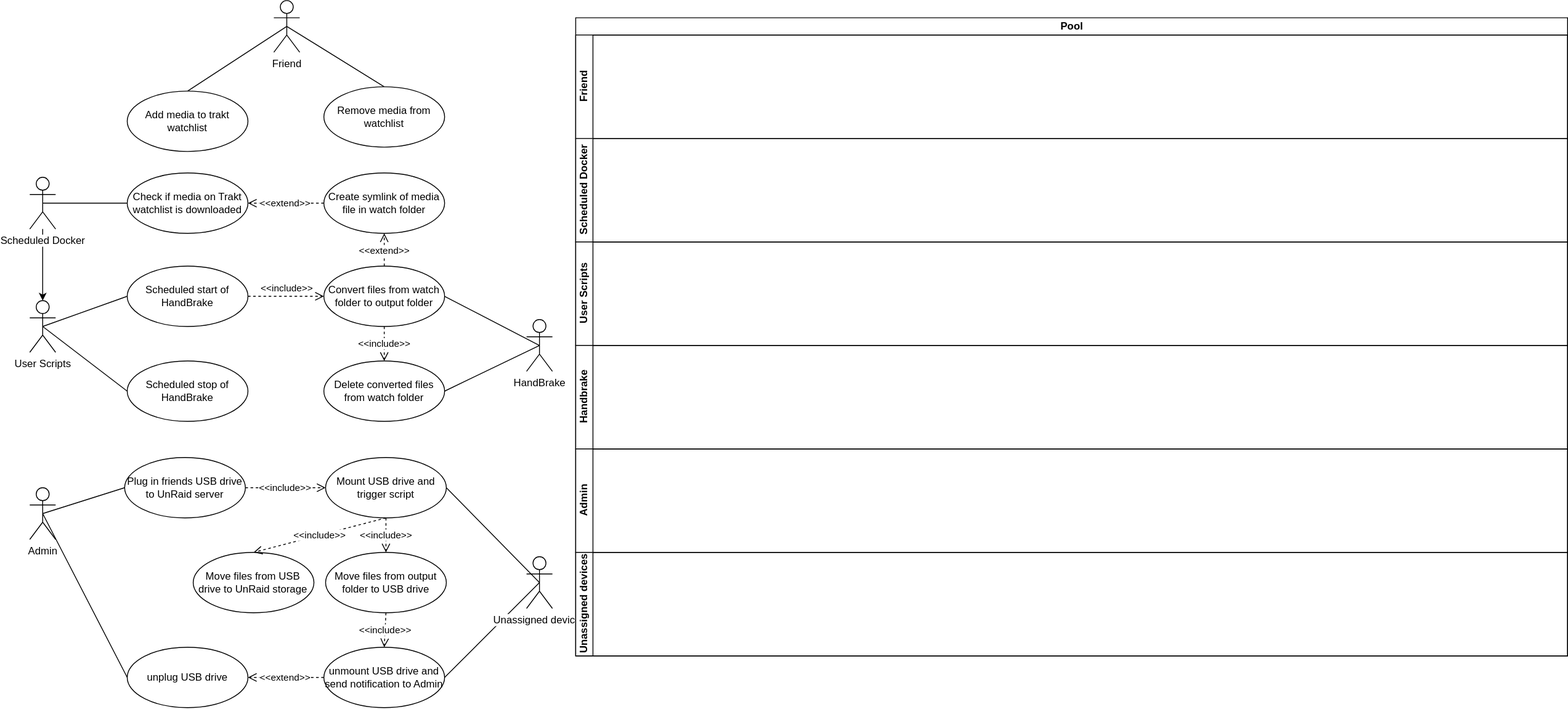
Before: diagrams/Auto-convert-and-distribute flow chart.drawio.svg, a diagram exported from draw.io (jorgenjanssonlee/Auto-convert-and-distribute-media-files). Source tidied: cells renumbered, new cells last; positions are measured from the earlier drawing's top-left corner, leaving out a move shared by most shapes.
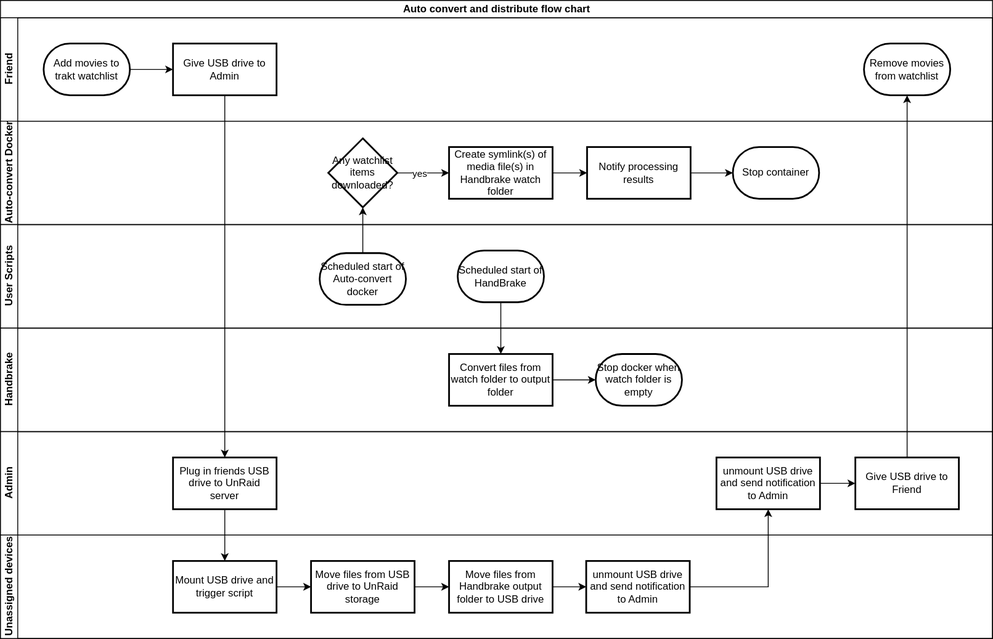
Later version of the same file.

Diff of the diagram source:
```diff
@@ -2,149 +2,128 @@
   <root>
     <mxCell id="0" />
     <mxCell id="1" parent="0" />
-    <mxCell id="2" value="HandBrake" style="shape=umlActor;verticalLabelPosition=bottom;labelBackgroundColor=#ffffff;verticalAlign=top;html=1;" parent="1" vertex="1">
-      <mxGeometry x="576" y="370" width="30" height="60" as="geometry" />
-    </mxCell>
-    <mxCell id="3" style="rounded=0;html=1;exitX=0.5;exitY=0.5;exitPerimeter=0;entryX=0.5;entryY=0;jettySize=auto;endArrow=none;endFill=0;" parent="1" edge="1" source="5" target="6">
-      <mxGeometry relative="1" as="geometry" />
-    </mxCell>
-    <mxCell id="4" style="edgeStyle=none;rounded=0;html=1;exitX=0.5;exitY=0.5;exitPerimeter=0;entryX=0.5;entryY=0;endArrow=none;endFill=0;jettySize=auto;" parent="1" edge="1" source="5" target="27">
-      <mxGeometry relative="1" as="geometry" />
-    </mxCell>
-    <mxCell id="5" value="Friend" style="shape=umlActor;verticalLabelPosition=bottom;labelBackgroundColor=#ffffff;verticalAlign=top;html=1;" parent="1" vertex="1">
-      <mxGeometry x="283" width="30" height="60" as="geometry" />
-    </mxCell>
-    <mxCell id="6" value="Add media to trakt watchlist" style="ellipse;whiteSpace=wrap;html=1;" parent="1" vertex="1">
-      <mxGeometry x="113" y="105" width="140" height="70" as="geometry" />
-    </mxCell>
-    <mxCell id="7" style="edgeStyle=none;rounded=0;html=1;exitX=0.5;exitY=0.5;exitPerimeter=0;entryX=0;entryY=0.5;endArrow=none;endFill=0;jettySize=auto;" parent="1" edge="1" source="8" target="23">
-      <mxGeometry relative="1" as="geometry" />
-    </mxCell>
-    <mxCell id="8" value="Admin" style="shape=umlActor;verticalLabelPosition=bottom;labelBackgroundColor=#ffffff;verticalAlign=top;html=1;" parent="1" vertex="1">
-      <mxGeometry y="565" width="30" height="60" as="geometry" />
-    </mxCell>
-    <mxCell id="9" value="Check if media on Trakt watchlist is downloaded" style="ellipse;whiteSpace=wrap;html=1;" parent="1" vertex="1">
-      <mxGeometry x="113" y="200" width="140" height="70" as="geometry" />
-    </mxCell>
-    <mxCell id="10" value="Create symlink of media file in watch folder" style="ellipse;whiteSpace=wrap;html=1;" parent="1" vertex="1">
-      <mxGeometry x="341" y="200" width="140" height="70" as="geometry" />
-    </mxCell>
-    <mxCell id="11" style="edgeStyle=none;rounded=0;html=1;exitX=0.5;exitY=0.5;exitPerimeter=0;entryX=0;entryY=0.5;endArrow=none;endFill=0;jettySize=auto;" parent="1" edge="1" source="12" target="13">
-      <mxGeometry relative="1" as="geometry" />
-    </mxCell>
-    <mxCell id="12" value="User Scripts" style="shape=umlActor;verticalLabelPosition=bottom;labelBackgroundColor=#ffffff;verticalAlign=top;html=1;" parent="1" vertex="1">
-      <mxGeometry y="348" width="30" height="60" as="geometry" />
-    </mxCell>
-    <mxCell id="13" value="Scheduled start of HandBrake" style="ellipse;whiteSpace=wrap;html=1;" parent="1" vertex="1">
-      <mxGeometry x="113" y="308" width="140" height="70" as="geometry" />
-    </mxCell>
-    <mxCell id="14" style="edgeStyle=none;rounded=0;html=1;exitX=1;exitY=0.5;entryX=0.5;entryY=0.5;entryPerimeter=0;endArrow=none;endFill=0;jettySize=auto;" parent="1" edge="1" source="15" target="2">
-      <mxGeometry relative="1" as="geometry" />
-    </mxCell>
-    <mxCell id="15" value="Convert files from watch folder to output folder" style="ellipse;whiteSpace=wrap;html=1;" parent="1" vertex="1">
-      <mxGeometry x="341" y="308" width="140" height="70" as="geometry" />
-    </mxCell>
-    <mxCell id="16" value="Delete converted files from watch folder" style="ellipse;whiteSpace=wrap;html=1;" parent="1" vertex="1">
-      <mxGeometry x="341" y="418" width="140" height="70" as="geometry" />
-    </mxCell>
-    <mxCell id="17" style="edgeStyle=none;rounded=0;html=1;exitX=1;exitY=0.5;entryX=0.5;entryY=0.5;entryPerimeter=0;endArrow=none;endFill=0;jettySize=auto;" parent="1" edge="1" source="16" target="2">
-      <mxGeometry relative="1" as="geometry" />
-    </mxCell>
-    <mxCell id="18" style="edgeStyle=none;rounded=0;html=1;exitX=0.5;exitY=0.5;exitPerimeter=0;entryX=1;entryY=0.5;endArrow=none;endFill=0;jettySize=auto;" parent="1" edge="1" source="20" target="32">
-      <mxGeometry relative="1" as="geometry" />
-    </mxCell>
-    <mxCell id="19" style="edgeStyle=none;rounded=0;html=1;exitX=0.5;exitY=0.5;exitPerimeter=0;entryX=1;entryY=0.5;startArrow=none;startFill=0;endArrow=none;endFill=0;jettySize=auto;strokeWidth=1;" parent="1" edge="1" source="20" target="35">
-      <mxGeometry relative="1" as="geometry" />
-    </mxCell>
-    <mxCell id="20" value="Unassigned devices" style="shape=umlActor;verticalLabelPosition=bottom;labelBackgroundColor=#ffffff;verticalAlign=top;html=1;" parent="1" vertex="1">
-      <mxGeometry x="576" y="645" width="30" height="60" as="geometry" />
-    </mxCell>
-    <mxCell id="21" style="edgeStyle=none;rounded=0;html=1;exitX=0;exitY=0.5;entryX=0.5;entryY=0.5;entryPerimeter=0;endArrow=none;endFill=0;jettySize=auto;" parent="1" edge="1" source="22" target="12">
-      <mxGeometry relative="1" as="geometry" />
-    </mxCell>
-    <mxCell id="22" value="Scheduled stop of HandBrake" style="ellipse;whiteSpace=wrap;html=1;" parent="1" vertex="1">
-      <mxGeometry x="113" y="418" width="140" height="70" as="geometry" />
-    </mxCell>
-    <mxCell id="23" value="Plug in friends USB drive to UnRaid server" style="ellipse;whiteSpace=wrap;html=1;" parent="1" vertex="1">
-      <mxGeometry x="110" y="530" width="140" height="70" as="geometry" />
-    </mxCell>
-    <mxCell id="24" value="Move files from output folder to USB drive" style="ellipse;whiteSpace=wrap;html=1;" parent="1" vertex="1">
-      <mxGeometry x="343" y="640" width="140" height="70" as="geometry" />
-    </mxCell>
-    <mxCell id="25" style="edgeStyle=none;rounded=0;html=1;exitX=0;exitY=0.5;endArrow=none;endFill=0;jettySize=auto;entryX=0.5;entryY=0.5;entryPerimeter=0;" parent="1" edge="1" source="26" target="8">
-      <mxGeometry relative="1" as="geometry" />
-    </mxCell>
-    <mxCell id="26" value="unplug USB drive" style="ellipse;whiteSpace=wrap;html=1;" parent="1" vertex="1">
-      <mxGeometry x="113" y="750" width="140" height="70" as="geometry" />
-    </mxCell>
-    <mxCell id="27" value="Remove media from watchlist" style="ellipse;whiteSpace=wrap;html=1;" parent="1" vertex="1">
-      <mxGeometry x="341" y="100" width="140" height="70" as="geometry" />
-    </mxCell>
-    <mxCell id="28" value="&amp;lt;&amp;lt;include&amp;gt;&amp;gt;" style="html=1;verticalAlign=bottom;endArrow=open;dashed=1;endSize=8;strokeWidth=1;exitX=1;exitY=0.5;entryX=0;entryY=0.5;" parent="1" edge="1" source="13" target="15">
-      <mxGeometry relative="1" as="geometry" />
-    </mxCell>
-    <mxCell id="29" value="&amp;lt;&amp;lt;extend&amp;gt;&amp;gt;" style="html=1;verticalAlign=middle;endArrow=open;dashed=1;endSize=8;strokeWidth=1;entryX=1;entryY=0.5;exitX=0;exitY=0.5;" parent="1" edge="1" source="10" target="9">
-      <mxGeometry relative="1" as="geometry" />
-    </mxCell>
-    <mxCell id="30" value="&amp;lt;&amp;lt;include&amp;gt;&amp;gt;" style="html=1;verticalAlign=middle;endArrow=open;dashed=1;endSize=8;strokeWidth=1;exitX=0.5;exitY=1;entryX=0.5;entryY=0;" parent="1" edge="1" source="15" target="16">
-      <mxGeometry relative="1" as="geometry" />
-    </mxCell>
-    <mxCell id="31" value="&amp;lt;&amp;lt;extend&amp;gt;&amp;gt;" style="html=1;verticalAlign=middle;endArrow=open;dashed=1;endSize=8;strokeWidth=1;entryX=0.5;entryY=1;exitX=0.5;exitY=0;" parent="1" edge="1" source="15" target="10">
-      <mxGeometry relative="1" as="geometry" />
-    </mxCell>
-    <mxCell id="32" value="Mount USB drive and trigger script" style="ellipse;whiteSpace=wrap;html=1;" parent="1" vertex="1">
-      <mxGeometry x="343" y="530" width="140" height="70" as="geometry" />
-    </mxCell>
-    <mxCell id="33" value="&amp;lt;&amp;lt;include&amp;gt;&amp;gt;" style="html=1;verticalAlign=middle;endArrow=open;dashed=1;endSize=8;strokeWidth=1;exitX=1;exitY=0.5;entryX=0;entryY=0.5;" parent="1" edge="1" source="23" target="32">
-      <mxGeometry relative="1" as="geometry" />
-    </mxCell>
-    <mxCell id="34" value="&amp;lt;&amp;lt;include&amp;gt;&amp;gt;" style="html=1;verticalAlign=middle;endArrow=open;dashed=1;endSize=8;strokeWidth=1;exitX=0.5;exitY=1;entryX=0.5;entryY=0;" parent="1" edge="1" source="32" target="24">
-      <mxGeometry relative="1" as="geometry" />
-    </mxCell>
-    <mxCell id="35" value="unmount USB drive and send notification to Admin" style="ellipse;whiteSpace=wrap;html=1;" parent="1" vertex="1">
-      <mxGeometry x="341" y="750" width="140" height="70" as="geometry" />
-    </mxCell>
-    <mxCell id="36" value="&amp;lt;&amp;lt;include&amp;gt;&amp;gt;" style="html=1;verticalAlign=middle;endArrow=open;dashed=1;endSize=8;strokeWidth=1;exitX=0.5;exitY=1;entryX=0.5;entryY=0;" parent="1" edge="1" source="24" target="35">
-      <mxGeometry relative="1" as="geometry" />
-    </mxCell>
-    <mxCell id="37" value="&amp;lt;&amp;lt;extend&amp;gt;&amp;gt;" style="html=1;verticalAlign=middle;endArrow=open;dashed=1;endSize=8;strokeWidth=1;exitX=0;exitY=0.5;entryX=1;entryY=0.5;" parent="1" edge="1" source="35" target="26">
-      <mxGeometry relative="1" as="geometry" />
-    </mxCell>
-    <mxCell id="38" style="edgeStyle=none;rounded=0;html=1;exitX=0.5;exitY=0.5;exitPerimeter=0;entryX=0;entryY=0.5;startArrow=none;startFill=0;endArrow=none;endFill=0;jettySize=auto;strokeWidth=1;" parent="1" edge="1" source="40" target="9">
-      <mxGeometry relative="1" as="geometry" />
-    </mxCell>
-    <mxCell id="39" style="edgeStyle=orthogonalEdgeStyle;rounded=0;jettySize=auto;html=1;" parent="1" edge="1" source="40" target="12">
-      <mxGeometry relative="1" as="geometry" />
-    </mxCell>
-    <mxCell id="40" value="Scheduled Docker" style="shape=umlActor;verticalLabelPosition=bottom;labelBackgroundColor=#ffffff;verticalAlign=top;html=1;" parent="1" vertex="1">
-      <mxGeometry y="205" width="30" height="60" as="geometry" />
-    </mxCell>
-    <mxCell id="41" value="Move files from USB drive to UnRaid storage" style="ellipse;whiteSpace=wrap;html=1;" parent="1" vertex="1">
-      <mxGeometry x="189.5" y="640" width="140" height="70" as="geometry" />
-    </mxCell>
-    <mxCell id="42" value="&amp;lt;&amp;lt;include&amp;gt;&amp;gt;" style="html=1;verticalAlign=middle;endArrow=open;dashed=1;endSize=8;strokeWidth=1;exitX=0.5;exitY=1;entryX=0.5;entryY=0;" parent="1" edge="1" source="32" target="41">
-      <mxGeometry relative="1" as="geometry" />
-    </mxCell>
-    <mxCell id="43" value="Pool" style="swimlane;horizontal=1;startSize=20;html=1;" parent="1" vertex="1">
+    <mxCell id="43" value="Auto convert and distribute flow chart" style="swimlane;horizontal=1;startSize=20;html=1;" parent="1" vertex="1">
       <mxGeometry x="633" y="20" width="1150" height="740" as="geometry" />
     </mxCell>
     <mxCell id="44" value="&lt;div&gt;Friend&lt;/div&gt;" style="swimlane;startSize=20;horizontal=0;html=1;" parent="43" vertex="1">
       <mxGeometry y="20" width="1150" height="120" as="geometry" />
     </mxCell>
+    <mxCell id="50" style="edgeStyle=orthogonalEdgeStyle;rounded=0;jettySize=auto;html=1;" parent="44" edge="1" source="51" target="52">
+      <mxGeometry relative="1" as="geometry" />
+    </mxCell>
+    <mxCell id="51" value="Add movies to trakt watchlist" style="strokeWidth=2;html=1;shape=mxgraph.flowchart.terminator;whiteSpace=wrap;" parent="44" vertex="1">
+      <mxGeometry x="50" y="30" width="100" height="60" as="geometry" />
+    </mxCell>
+    <mxCell id="52" value="Give USB drive to Admin" style="whiteSpace=wrap;html=1;strokeWidth=2;" parent="44" vertex="1">
+      <mxGeometry x="200" y="30" width="120" height="60" as="geometry" />
+    </mxCell>
+    <mxCell id="53" value="Remove movies from watchlist" style="strokeWidth=2;html=1;shape=mxgraph.flowchart.terminator;whiteSpace=wrap;" parent="44" vertex="1">
+      <mxGeometry x="1001" y="30" width="100" height="60" as="geometry" />
+    </mxCell>
-    <mxCell id="45" value="Scheduled Docker" style="swimlane;startSize=20;horizontal=0;html=1;" parent="43" vertex="1">
+    <mxCell id="45" value="&lt;div&gt;Auto-convert Docker&lt;/div&gt;" style="swimlane;startSize=20;horizontal=0;html=1;" parent="43" vertex="1">
       <mxGeometry y="140" width="1150" height="120" as="geometry" />
     </mxCell>
+    <mxCell id="54" style="edgeStyle=orthogonalEdgeStyle;rounded=0;jettySize=auto;html=1;" parent="45" edge="1" source="56" target="58">
+      <mxGeometry relative="1" as="geometry" />
+    </mxCell>
+    <mxCell id="55" value="yes" style="edgeLabel;html=1;align=center;verticalAlign=middle;" parent="54" vertex="1">
+      <mxGeometry x="-0.17" relative="1" as="geometry" />
+    </mxCell>
+    <mxCell id="56" value="Any watchlist items downloaded?" style="rhombus;whiteSpace=wrap;html=1;strokeWidth=2;" parent="45" vertex="1">
+      <mxGeometry x="380" y="20" width="80" height="80" as="geometry" />
+    </mxCell>
+    <mxCell id="57" style="edgeStyle=orthogonalEdgeStyle;rounded=0;jettySize=auto;html=1;" parent="45" edge="1" source="58" target="60">
+      <mxGeometry relative="1" as="geometry" />
+    </mxCell>
+    <mxCell id="58" value="Create symlink(s) of media file(s) in Handbrake watch folder" style="whiteSpace=wrap;html=1;strokeWidth=2;" parent="45" vertex="1">
+      <mxGeometry x="520" y="30" width="120" height="60" as="geometry" />
+    </mxCell>
+    <mxCell id="59" style="edgeStyle=orthogonalEdgeStyle;rounded=0;jettySize=auto;html=1;" parent="45" edge="1" source="60" target="61">
+      <mxGeometry relative="1" as="geometry" />
+    </mxCell>
+    <mxCell id="60" value="Notify processing results" style="whiteSpace=wrap;html=1;strokeWidth=2;" parent="45" vertex="1">
+      <mxGeometry x="680" y="30" width="120" height="60" as="geometry" />
+    </mxCell>
+    <mxCell id="61" value="Stop container" style="strokeWidth=2;html=1;shape=mxgraph.flowchart.terminator;whiteSpace=wrap;" parent="45" vertex="1">
+      <mxGeometry x="849" y="30" width="100" height="60" as="geometry" />
+    </mxCell>
     <mxCell id="46" value="User Scripts" style="swimlane;startSize=20;horizontal=0;html=1;" parent="43" vertex="1">
       <mxGeometry y="260" width="1150" height="120" as="geometry" />
     </mxCell>
+    <mxCell id="62" value="Scheduled start of Auto-convert docker" style="strokeWidth=2;html=1;shape=mxgraph.flowchart.terminator;whiteSpace=wrap;" parent="46" vertex="1">
+      <mxGeometry x="370" y="33" width="100" height="60" as="geometry" />
+    </mxCell>
+    <mxCell id="13" value="Scheduled start of HandBrake" style="strokeWidth=2;html=1;shape=mxgraph.flowchart.terminator;whiteSpace=wrap;" parent="46" vertex="1">
+      <mxGeometry x="530" y="30" width="100" height="60" as="geometry" />
+    </mxCell>
     <mxCell id="47" value="Handbrake" style="swimlane;startSize=20;horizontal=0;html=1;" parent="43" vertex="1">
       <mxGeometry y="380" width="1150" height="120" as="geometry" />
     </mxCell>
+    <mxCell id="63" style="edgeStyle=orthogonalEdgeStyle;rounded=0;jettySize=auto;html=1;entryX=0;entryY=0.5;entryDx=0;entryDy=0;entryPerimeter=0;" parent="47" edge="1" source="15" target="64">
+      <mxGeometry relative="1" as="geometry" />
+    </mxCell>
+    <mxCell id="15" value="Convert files from watch folder to output folder" style="whiteSpace=wrap;html=1;strokeWidth=2;" parent="47" vertex="1">
+      <mxGeometry x="520" y="30" width="120" height="60" as="geometry" />
+    </mxCell>
+    <mxCell id="64" value="Stop docker when watch folder is empty" style="strokeWidth=2;html=1;shape=mxgraph.flowchart.terminator;whiteSpace=wrap;" parent="47" vertex="1">
+      <mxGeometry x="690" y="30" width="100" height="60" as="geometry" />
+    </mxCell>
     <mxCell id="48" value="Admin" style="swimlane;startSize=20;horizontal=0;html=1;" parent="43" vertex="1">
       <mxGeometry y="500" width="1150" height="120" as="geometry" />
     </mxCell>
+    <mxCell id="23" value="Plug in friends USB drive to UnRaid server" style="whiteSpace=wrap;html=1;strokeWidth=2;" parent="48" vertex="1">
+      <mxGeometry x="200" y="30" width="120" height="60" as="geometry" />
+    </mxCell>
+    <mxCell id="65" value="unmount USB drive and send notification to Admin" style="whiteSpace=wrap;html=1;strokeWidth=2;" parent="48" vertex="1">
+      <mxGeometry x="830" y="30" width="120" height="60" as="geometry" />
+    </mxCell>
+    <mxCell id="66" value="Give USB drive to Friend" style="whiteSpace=wrap;html=1;strokeWidth=2;" parent="48" vertex="1">
+      <mxGeometry x="991" y="30" width="120" height="60" as="geometry" />
+    </mxCell>
+    <mxCell id="67" style="edgeStyle=orthogonalEdgeStyle;rounded=0;jettySize=auto;html=1;" parent="48" edge="1" source="65" target="66">
+      <mxGeometry relative="1" as="geometry" />
+    </mxCell>
     <mxCell id="49" value="Unassigned devices" style="swimlane;startSize=20;horizontal=0;html=1;" parent="43" vertex="1">
       <mxGeometry y="620" width="1150" height="120" as="geometry" />
     </mxCell>
+    <mxCell id="42" style="edgeStyle=orthogonalEdgeStyle;rounded=0;jettySize=auto;html=1;" parent="49" edge="1" source="32" target="41">
+      <mxGeometry relative="1" as="geometry" />
+    </mxCell>
+    <mxCell id="32" value="Mount USB drive and trigger script" style="whiteSpace=wrap;html=1;strokeWidth=2;" parent="49" vertex="1">
+      <mxGeometry x="200" y="30" width="120" height="60" as="geometry" />
+    </mxCell>
+    <mxCell id="68" style="edgeStyle=orthogonalEdgeStyle;rounded=0;jettySize=auto;html=1;" parent="49" edge="1" source="41" target="70">
+      <mxGeometry relative="1" as="geometry" />
+    </mxCell>
+    <mxCell id="41" value="Move files from USB drive to UnRaid storage" style="whiteSpace=wrap;html=1;strokeWidth=2;" parent="49" vertex="1">
+      <mxGeometry x="360" y="30" width="120" height="60" as="geometry" />
+    </mxCell>
+    <mxCell id="69" style="edgeStyle=orthogonalEdgeStyle;rounded=0;jettySize=auto;html=1;" parent="49" edge="1" source="70" target="71">
+      <mxGeometry relative="1" as="geometry" />
+    </mxCell>
+    <mxCell id="70" value="Move files from Handbrake output folder to USB drive" style="whiteSpace=wrap;html=1;strokeWidth=2;" parent="49" vertex="1">
+      <mxGeometry x="520" y="30" width="120" height="60" as="geometry" />
+    </mxCell>
+    <mxCell id="71" value="unmount USB drive and send notification to Admin" style="whiteSpace=wrap;html=1;strokeWidth=2;" parent="49" vertex="1">
+      <mxGeometry x="679" y="30" width="120" height="60" as="geometry" />
+    </mxCell>
+    <mxCell id="72" style="edgeStyle=orthogonalEdgeStyle;rounded=0;jettySize=auto;html=1;entryX=0.5;entryY=1;entryDx=0;entryDy=0;" parent="43" edge="1" source="62" target="56">
+      <mxGeometry relative="1" as="geometry" />
+    </mxCell>
+    <mxCell id="28" style="edgeStyle=orthogonalEdgeStyle;rounded=0;jettySize=auto;html=1;" parent="43" edge="1" source="13" target="15">
+      <mxGeometry relative="1" as="geometry" />
+    </mxCell>
+    <mxCell id="33" style="edgeStyle=orthogonalEdgeStyle;rounded=0;jettySize=auto;html=1;exitX=0.5;exitY=1;exitDx=0;exitDy=0;" parent="43" edge="1" source="23" target="32">
+      <mxGeometry relative="1" as="geometry" />
+    </mxCell>
+    <mxCell id="73" style="edgeStyle=orthogonalEdgeStyle;rounded=0;jettySize=auto;html=1;entryX=0.5;entryY=1;entryDx=0;entryDy=0;entryPerimeter=0;" parent="43" edge="1" source="66" target="53">
+      <mxGeometry relative="1" as="geometry" />
+    </mxCell>
+    <mxCell id="74" style="edgeStyle=orthogonalEdgeStyle;rounded=0;jettySize=auto;html=1;" parent="43" edge="1" source="52" target="23">
+      <mxGeometry relative="1" as="geometry" />
+    </mxCell>
+    <mxCell id="75" style="edgeStyle=orthogonalEdgeStyle;rounded=0;jettySize=auto;html=1;" parent="43" edge="1" source="71" target="65">
+      <mxGeometry relative="1" as="geometry" />
+    </mxCell>
   </root>
 </mxGraphModel>
```
